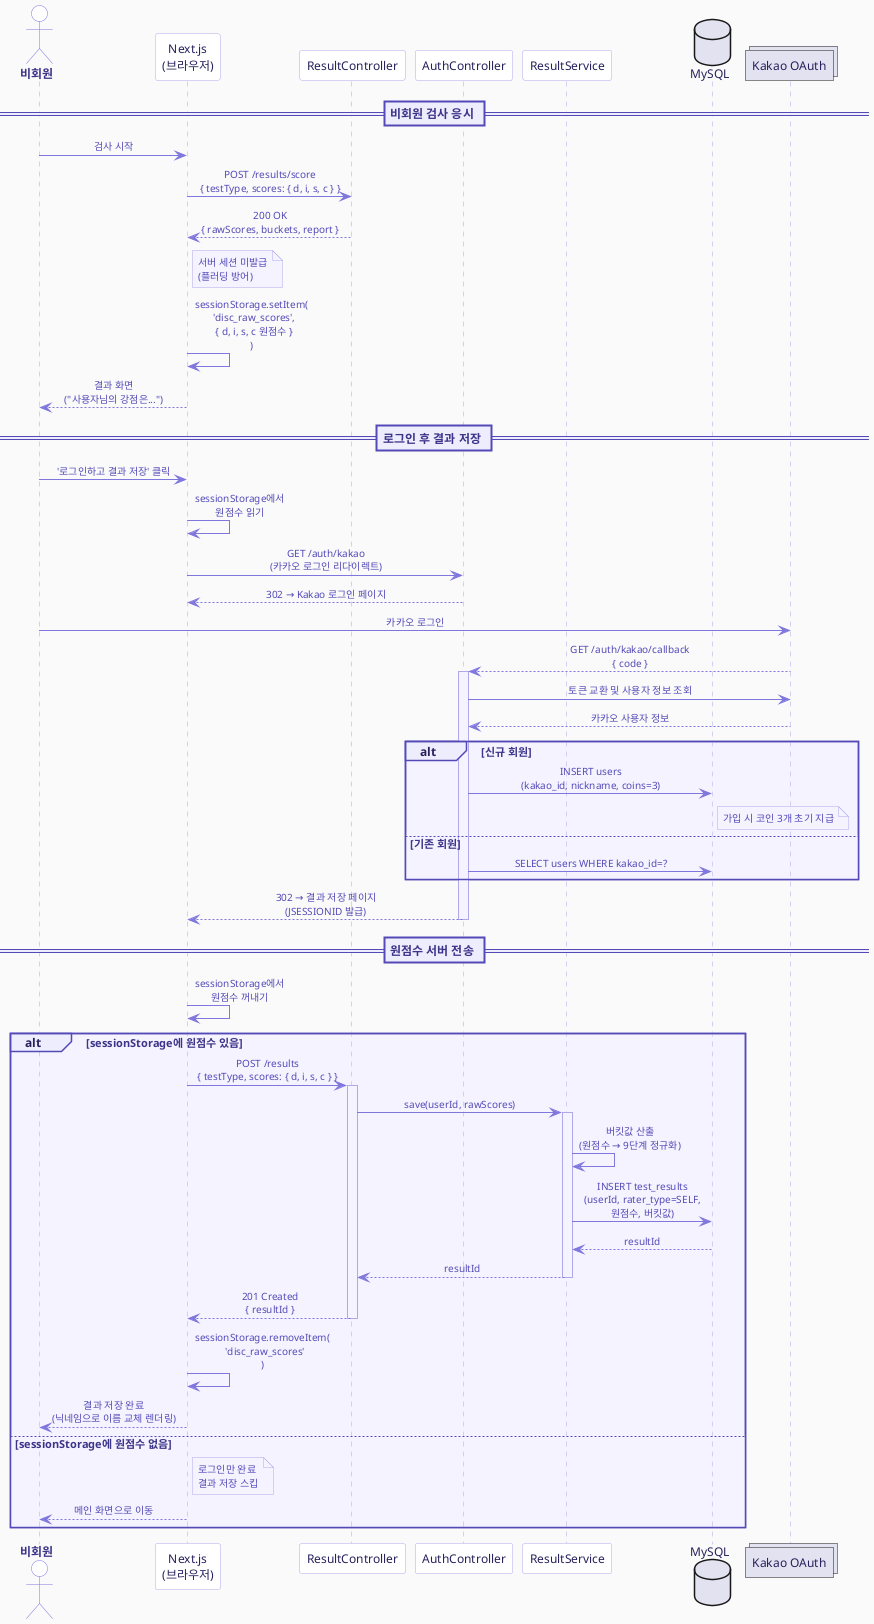
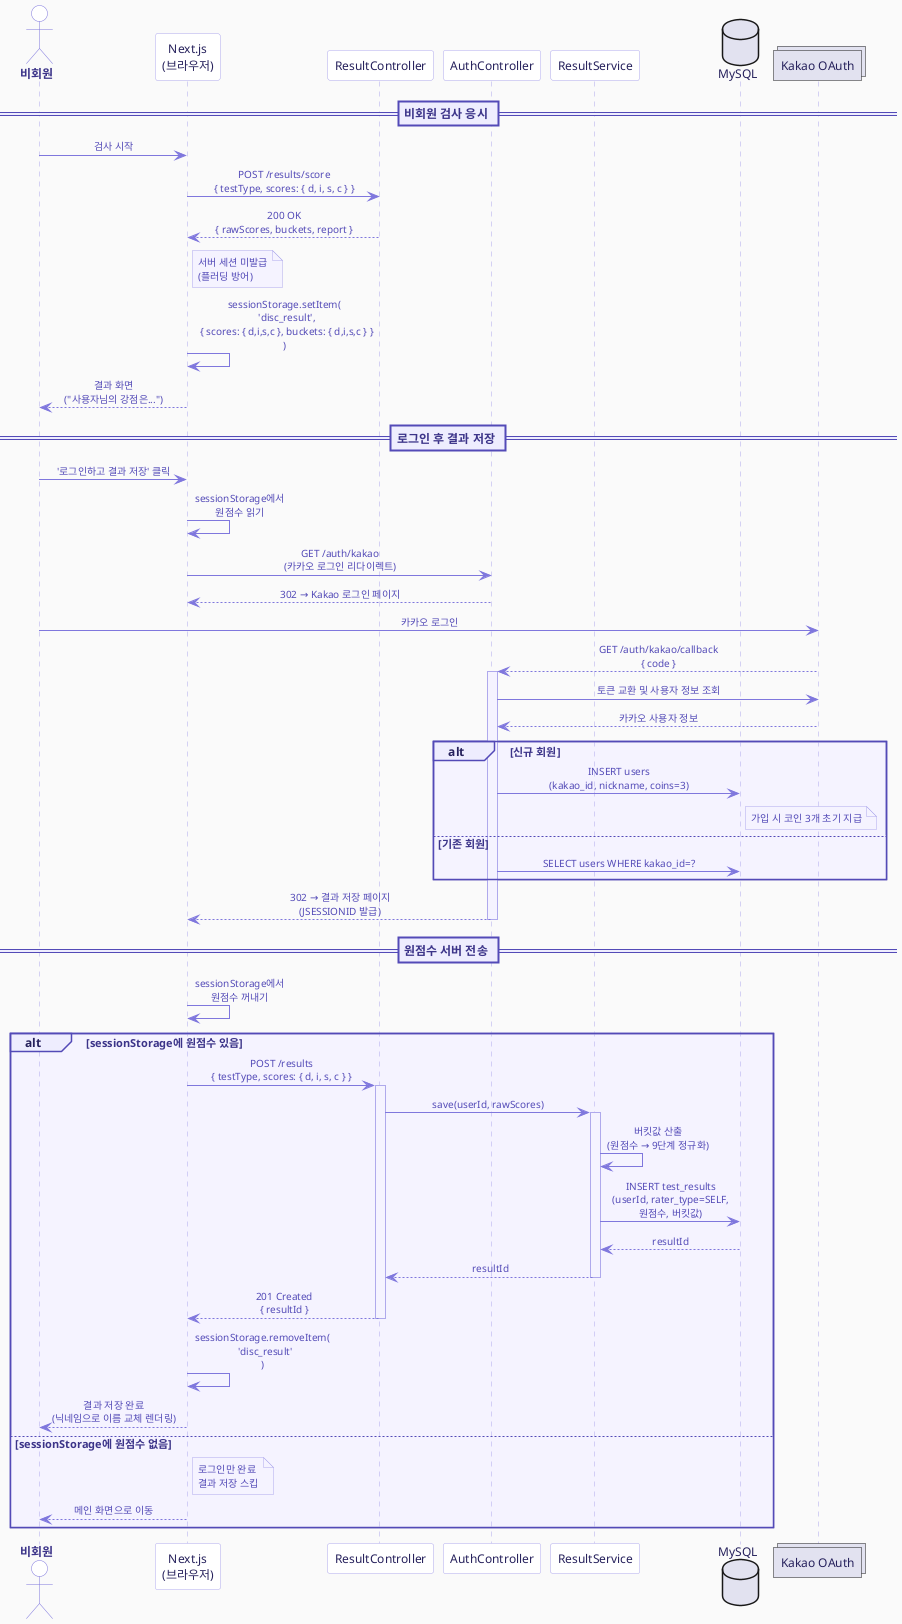
@startuml MyCPT_Sequence_GuestToMember

skinparam backgroundColor #FAFAFA
skinparam defaultFontName "Apple SD Gothic Neo, sans-serif"
skinparam defaultFontSize 12
skinparam defaultFontColor #26215C
skinparam sequenceMessageAlign center

skinparam participant {
  BackgroundColor #FFFFFF
  BorderColor #AFA9EC
  FontColor #26215C
  FontSize 12
}

skinparam actor {
  BackgroundColor #FFFFFF
  BorderColor #7F77DD
  FontColor #3C3489
  FontSize 12
  FontStyle bold
}

skinparam sequence {
  ArrowColor #7F77DD
  ArrowFontColor #534AB7
  ArrowFontSize 10
  LifeLineBorderColor #AFA9EC
  LifeLineBackgroundColor #F5F3FF
  GroupBorderColor #534AB7
  GroupBackgroundColor #EEEDFE
  GroupFontColor #3C3489
  GroupFontSize 11
  GroupBodyBackgroundColor #F5F3FF
  DividerBackgroundColor #EEEDFE
  DividerBorderColor #534AB7
  DividerFontColor #3C3489
}

skinparam note {
  BackgroundColor #F5F3FF
  BorderColor #AFA9EC
  FontColor #534AB7
  FontSize 10
}

actor "비회원" as Guest
participant "Next.js\n(브라우저)" as Client
participant "ResultController" as ResultCtrl
participant "AuthController" as AuthCtrl
participant "ResultService" as ResultSvc
database "MySQL" as DB
collections "Kakao OAuth" as Kakao

== 비회원 검사 응시 ==

Guest -> Client : 검사 시작
Client -> ResultCtrl : POST /results/score\n{ testType, scores: { d, i, s, c } }
ResultCtrl --> Client : 200 OK\n{ rawScores, buckets, report }

note right of Client
  서버 세션 미발급
  (플러딩 방어)
end note

- Client -> Client : sessionStorage.setItem(\n  'disc_raw_scores',\n  { d, i, s, c 원점수 }\n)
+ Client -> Client : sessionStorage.setItem(\n  'disc_result',\n  { scores: { d,i,s,c }, buckets: { d,i,s,c } }\n)

Client --> Guest : 결과 화면\n("사용자님의 강점은...")

== 로그인 후 결과 저장 ==

Guest -> Client : '로그인하고 결과 저장' 클릭
Client -> Client : sessionStorage에서\n원점수 읽기

Client -> AuthCtrl : GET /auth/kakao\n(카카오 로그인 리다이렉트)
AuthCtrl --> Client : 302 → Kakao 로그인 페이지

Guest -> Kakao : 카카오 로그인
Kakao --> AuthCtrl : GET /auth/kakao/callback\n{ code }

activate AuthCtrl
AuthCtrl -> Kakao : 토큰 교환 및 사용자 정보 조회
Kakao --> AuthCtrl : 카카오 사용자 정보

alt 신규 회원
  AuthCtrl -> DB : INSERT users\n(kakao_id, nickname, coins=3)
  note right of DB
    가입 시 코인 3개 초기 지급
  end note
else 기존 회원
  AuthCtrl -> DB : SELECT users WHERE kakao_id=?
end

AuthCtrl --> Client : 302 → 결과 저장 페이지\n(JSESSIONID 발급)
deactivate AuthCtrl

== 원점수 서버 전송 ==

Client -> Client : sessionStorage에서\n원점수 꺼내기

alt sessionStorage에 원점수 있음
  Client -> ResultCtrl : POST /results\n{ testType, scores: { d, i, s, c } }
  activate ResultCtrl

  ResultCtrl -> ResultSvc : save(userId, rawScores)
  activate ResultSvc
  ResultSvc -> ResultSvc : 버킷값 산출\n(원점수 → 9단계 정규화)
  ResultSvc -> DB : INSERT test_results\n(userId, rater_type=SELF,\n원점수, 버킷값)
  DB --> ResultSvc : resultId
  ResultSvc --> ResultCtrl : resultId
  deactivate ResultSvc

  ResultCtrl --> Client : 201 Created\n{ resultId }
  deactivate ResultCtrl

-   Client -> Client : sessionStorage.removeItem(\n  'disc_raw_scores'\n)
+   Client -> Client : sessionStorage.removeItem(\n  'disc_result'\n)
  Client --> Guest : 결과 저장 완료\n(닉네임으로 이름 교체 렌더링)

else sessionStorage에 원점수 없음
  note right of Client
    로그인만 완료
    결과 저장 스킵
  end note
  Client --> Guest : 메인 화면으로 이동
end

@enduml
